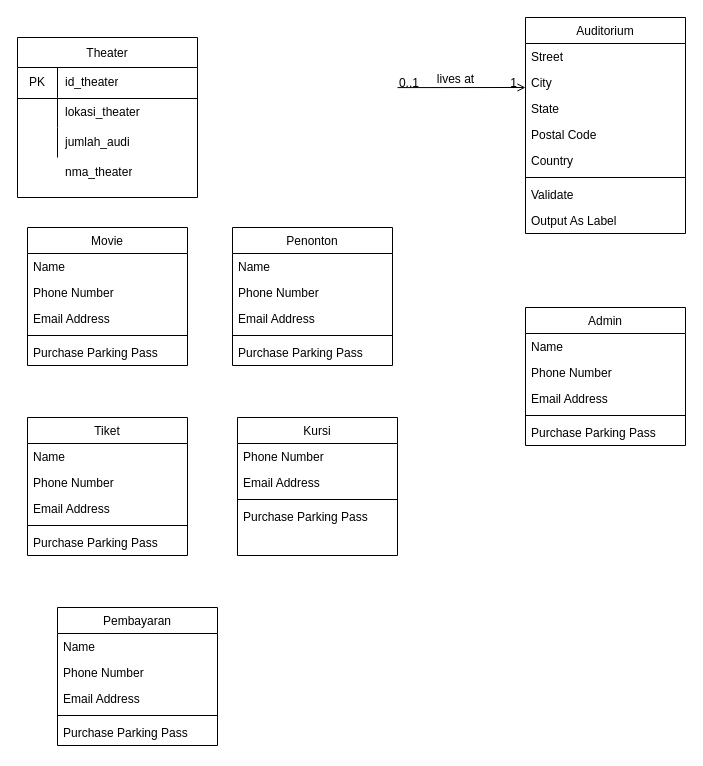
The draw.io diagram movie_cdm.drawio in vinnnna/sistem-basis-data, before the edit. Source tidied: cells renumbered, new cells numbered last; positions are measured from the earlier drawing's top-left corner, leaving out a move shared by most shapes. Both pictures are drawn from the tidied source at 100%, with x=0, y=0 at pixel (17, 17).
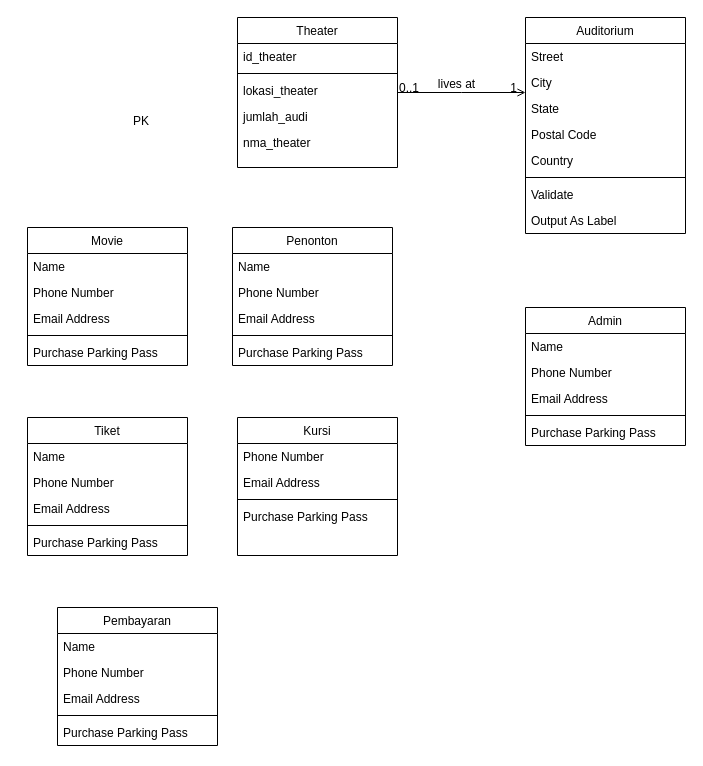
Above is the later version.

Unchanged cells that the change refers to:
```xml
<mxCell id="2" value="Auditorium" style="swimlane;fontStyle=0;align=center;verticalAlign=top;horizontal=1;startSize=26;rounded=0;shadow=0;strokeWidth=1;" parent="1" vertex="1">
  <mxGeometry x="508" width="160" height="216" as="geometry" />
</mxCell>
```

What changed in the source:
```diff
@@
+    <mxCell id="54" value="Theater" style="swimlane;fontStyle=0;align=center;verticalAlign=top;horizontal=1;startSize=26;rounded=0;shadow=0;strokeWidth=1;" parent="1" vertex="1">
+      <mxGeometry x="220" width="160" height="150" as="geometry" />
+    </mxCell>
+    <mxCell id="52" value="id_theater" style="text;align=left;verticalAlign=middle;spacingLeft=4;spacingRight=4;overflow=hidden;" parent="54" vertex="1">
+      <mxGeometry y="26" width="160" height="26" as="geometry" />
+    </mxCell>
+    <mxCell id="64" style="line;html=1;strokeWidth=1;align=left;verticalAlign=middle;spacingTop=-1;spacingLeft=3;spacingRight=3;labelPosition=right;" parent="54" vertex="1">
+      <mxGeometry y="52" width="160" height="8" as="geometry" />
+    </mxCell>
+    <mxCell id="60" value="lokasi_theater" style="text;align=left;verticalAlign=middle;spacingLeft=4;spacingRight=4;overflow=hidden;rounded=0;shadow=0;html=0;" parent="54" vertex="1">
+      <mxGeometry y="60" width="160" height="26" as="geometry" />
+    </mxCell>
+    <mxCell id="63" value="jumlah_audi" style="text;align=left;verticalAlign=middle;spacingLeft=4;spacingRight=4;overflow=hidden;rounded=0;shadow=0;html=0;" parent="54" vertex="1">
+      <mxGeometry y="86" width="160" height="26" as="geometry" />
+    </mxCell>
+    <mxCell id="53" value="nma_theater" style="text;align=left;verticalAlign=middle;spacingLeft=4;spacingRight=4;overflow=hidden;" parent="54" vertex="1">
+      <mxGeometry y="112" width="160" height="26" as="geometry" />
+    </mxCell>
@@
-    <mxCell id="11" style="endArrow=open;shadow=0;strokeWidth=1;rounded=0;endFill=1;edgeStyle=elbowEdgeStyle;elbow=vertical;" parent="1" edge="1" target="2">
+    <mxCell id="11" style="endArrow=open;shadow=0;strokeWidth=1;rounded=0;endFill=1;edgeStyle=elbowEdgeStyle;elbow=vertical;" parent="1" edge="1" source="54" target="2">
       <mxGeometry x="0.5" y="41" relative="1" as="geometry">
-        <mxPoint x="380" y="70.1" as="sourcePoint" />
         <mxPoint x="-40" y="32" as="offset" />
       </mxGeometry>
     </mxCell>
@@
-    <mxCell id="50" style="group;" parent="1" vertex="1">
-      <mxGeometry y="20" width="180" height="160" as="geometry" />
-    </mxCell>
-    <mxCell id="51" style="line;html=1;strokeWidth=1;align=left;verticalAlign=middle;spacingTop=-1;spacingLeft=3;spacingRight=3;labelPosition=right;" parent="50" vertex="1">
-      <mxGeometry y="57" width="180" height="8" as="geometry" />
-    </mxCell>
-    <mxCell id="52" value="id_theater" style="shape=partialRectangle;html=1;whiteSpace=wrap;fillColor=none;top=0;left=0;bottom=0;right=0;align=left;spacingLeft=6;overflow=hidden;strokeColor=inherit;fontSize=12;" parent="50" vertex="1">
-      <mxGeometry x="40" y="30" width="140" height="30" as="geometry" />
-    </mxCell>
-    <mxCell id="53" value="nma_theater" style="shape=partialRectangle;html=1;whiteSpace=wrap;fillColor=none;top=0;left=0;bottom=0;right=0;align=left;spacingLeft=6;overflow=hidden;strokeColor=inherit;fontSize=12;" parent="50" vertex="1">
-      <mxGeometry x="40" y="120" width="140" height="30" as="geometry" />
-    </mxCell>
-    <mxCell id="54" value="Theater" style="shape=table;startSize=30;childLayout=tableLayout;rowLines=0;fontStyle=0;strokeColor=default;fontSize=12;" parent="1" vertex="1">
-      <mxGeometry y="20" width="180" height="160" as="geometry" />
-    </mxCell>
-    <mxCell id="55" style="shape=tableRow;horizontal=0;startSize=0;swimlaneHead=0;swimlaneBody=0;top=0;left=0;bottom=0;right=0;fillColor=none;strokeColor=inherit;fontSize=16;" parent="54" vertex="1">
-      <mxGeometry y="30" width="180" height="30" as="geometry" />
-    </mxCell>
-    <mxCell id="56" value="PK" style="shape=partialRectangle;html=1;whiteSpace=wrap;fillColor=none;top=0;left=0;bottom=0;right=0;overflow=hidden;strokeColor=inherit;fontSize=12;" parent="55" vertex="1">
-      <mxGeometry width="40" height="30" as="geometry" />
+    <mxCell id="56" value="PK" style="text;align=left;verticalAlign=middle;spacingLeft=4;spacingRight=4;overflow=hidden;" parent="1" vertex="1">
+      <mxGeometry x="110" y="90" width="30" height="26" as="geometry" />
     </mxCell>
-    <mxCell id="57" style="shape=partialRectangle;html=1;whiteSpace=wrap;fillColor=none;top=0;left=0;bottom=0;right=0;align=left;spacingLeft=6;overflow=hidden;strokeColor=inherit;fontSize=12;" parent="55" vertex="1">
-      <mxGeometry x="40" width="140" height="30" as="geometry" />
-    </mxCell>
-    <mxCell id="58" style="shape=tableRow;horizontal=0;startSize=0;swimlaneHead=0;swimlaneBody=0;top=0;left=0;bottom=0;right=0;fillColor=none;strokeColor=inherit;fontSize=16;" parent="54" vertex="1">
-      <mxGeometry y="60" width="180" height="30" as="geometry" />
-    </mxCell>
-    <mxCell id="59" style="shape=partialRectangle;html=1;whiteSpace=wrap;fillColor=none;top=0;left=0;bottom=0;right=0;overflow=hidden;strokeColor=inherit;fontSize=12;" parent="58" vertex="1">
-      <mxGeometry width="40" height="30" as="geometry" />
-    </mxCell>
-    <mxCell id="60" value="lokasi_theater" style="shape=partialRectangle;html=1;whiteSpace=wrap;fillColor=none;top=0;left=0;bottom=0;right=0;align=left;spacingLeft=6;overflow=hidden;strokeColor=inherit;fontSize=12;" parent="58" vertex="1">
-      <mxGeometry x="40" width="140" height="30" as="geometry" />
-    </mxCell>
-    <mxCell id="61" style="shape=tableRow;horizontal=0;startSize=0;swimlaneHead=0;swimlaneBody=0;top=0;left=0;bottom=0;right=0;fillColor=none;strokeColor=inherit;fontSize=16;" parent="54" vertex="1">
-      <mxGeometry y="90" width="180" height="30" as="geometry" />
-    </mxCell>
-    <mxCell id="62" style="shape=partialRectangle;html=1;whiteSpace=wrap;fillColor=none;top=0;left=0;bottom=0;right=0;overflow=hidden;strokeColor=inherit;fontSize=12;" parent="61" vertex="1">
-      <mxGeometry width="40" height="30" as="geometry" />
-    </mxCell>
-    <mxCell id="63" value="jumlah_audi" style="shape=partialRectangle;html=1;whiteSpace=wrap;fillColor=none;top=0;left=0;bottom=0;right=0;align=left;spacingLeft=6;overflow=hidden;strokeColor=inherit;fontSize=12;" parent="61" vertex="1">
-      <mxGeometry x="40" width="140" height="30" as="geometry" />
-    </mxCell>
```
